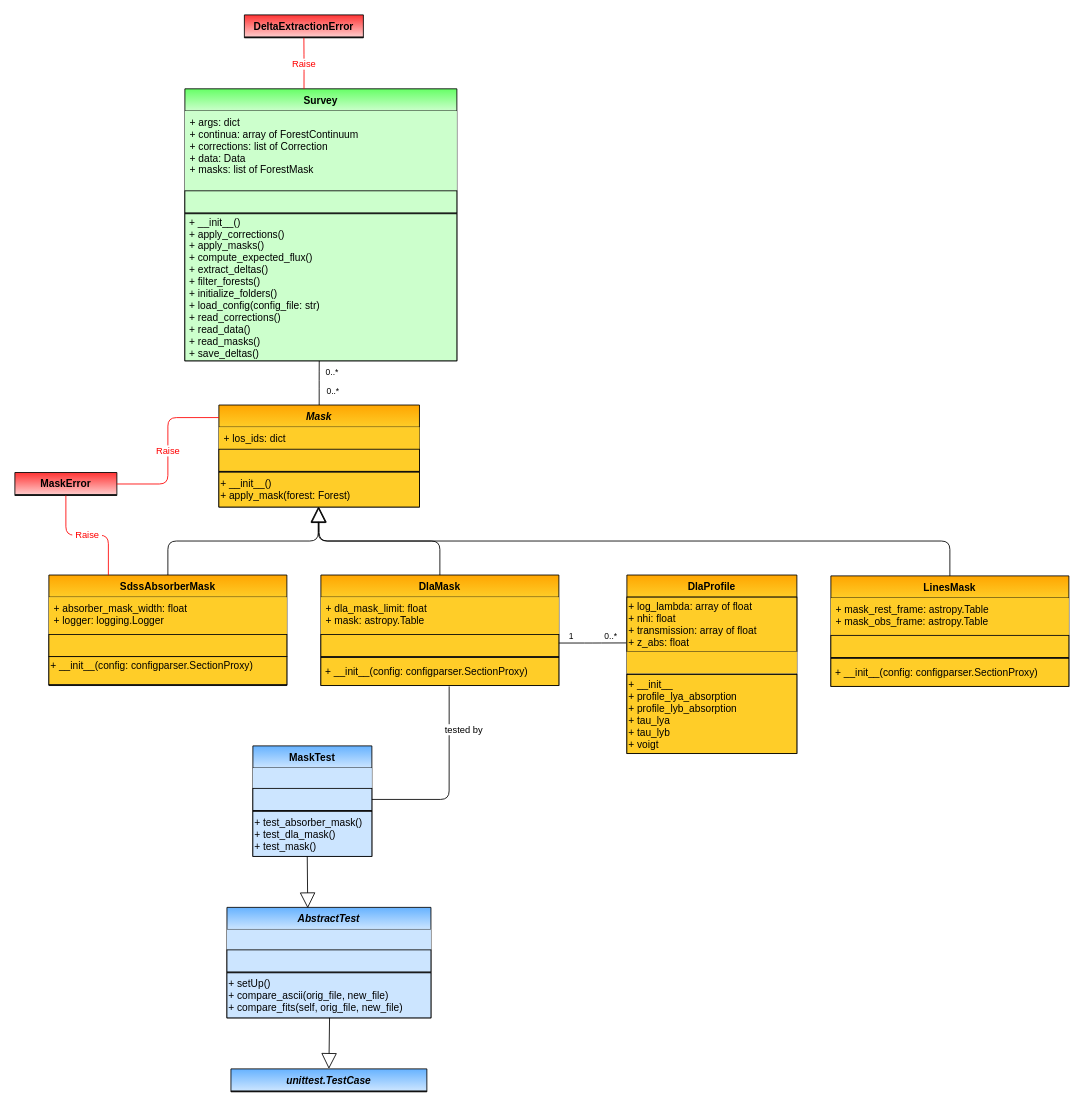
Before: page "Mask" (4 of 7) of docs/delta_extraction/data_model/data_model.drawio in igmhub/picca, a draw.io diagram. Source tidied: cells renumbered, new cells numbered last; positions are measured from the earlier drawing's top-left corner, leaving out a move shared by most shapes. Both pictures are drawn from the tidied source at 85%, with x=0, y=0 at pixel (14, 14).
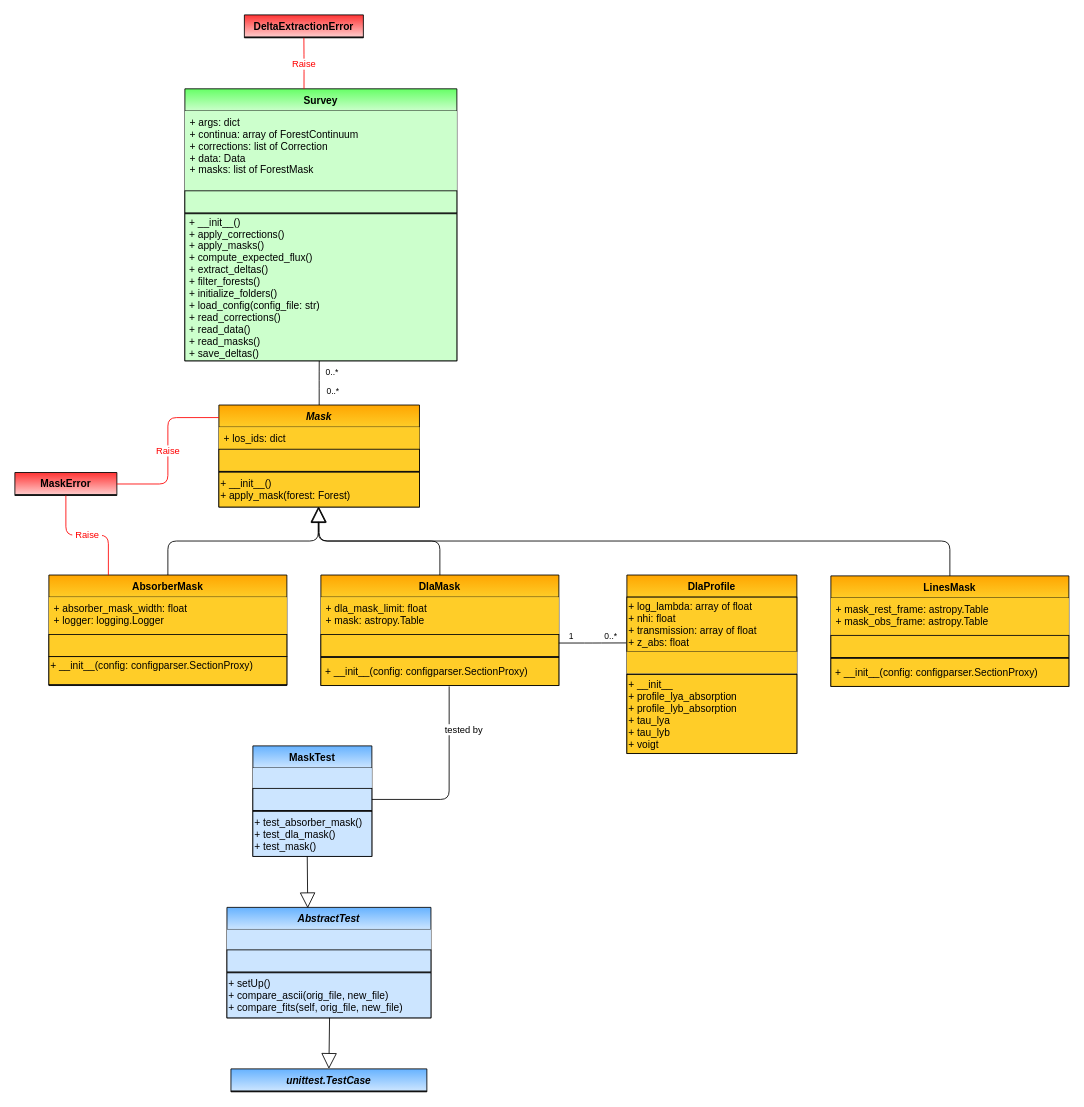
The same page after the edit.

What changed in the source:
```diff
@@
-    <mxCell id="22" value="SdssAbsorberMask" style="swimlane;fontStyle=1;horizontal=1;startSize=26;fillColor=#ffcd28;swimlaneFillColor=#ffffff;rounded=0;shadow=0;glass=0;comic=0;strokeColor=#000000;gradientColor=#ffa500;swimlaneLine=1;gradientDirection=north;" parent="1" vertex="1">
+    <mxCell id="22" value="AbsorberMask" style="swimlane;fontStyle=1;horizontal=1;startSize=26;fillColor=#ffcd28;swimlaneFillColor=#ffffff;rounded=0;shadow=0;glass=0;comic=0;strokeColor=#000000;gradientColor=#ffa500;swimlaneLine=1;gradientDirection=north;" parent="1" vertex="1">
       <mxGeometry x="40" y="659" width="280" height="130" as="geometry" />
     </mxCell>
```
